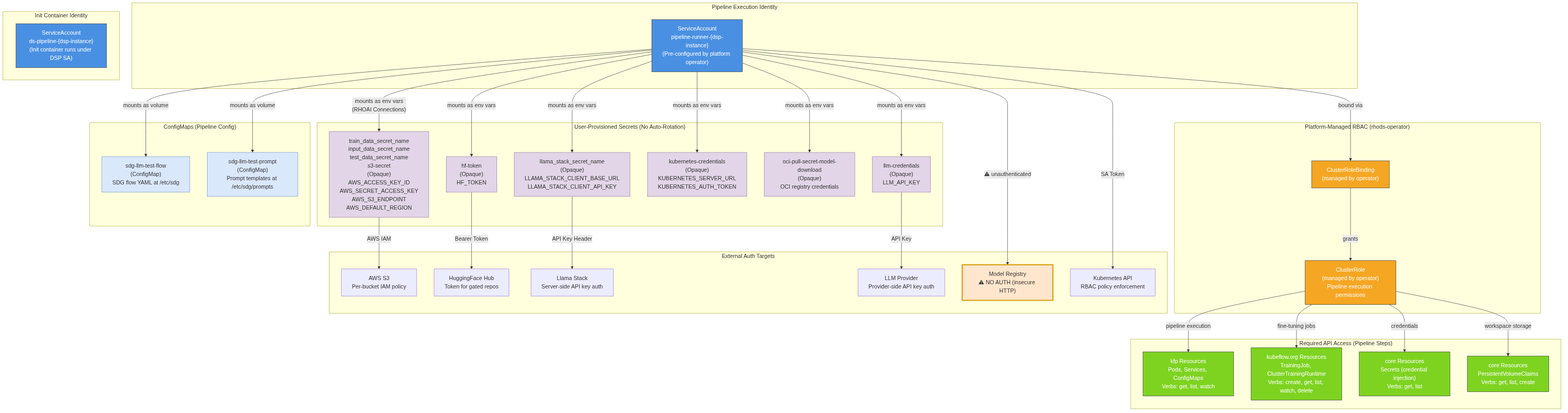
This is architecture/rhoai.next/diagrams/pipelines-components-rbac.png from rhuss/architecture-context, a Mermaid export, as it was before one commit. Its source is kept beside it as architecture/rhoai.next/diagrams/pipelines-components-rbac.mmd. The source it was exported from:
```mermaid
graph TD
    subgraph "Pipeline Execution Identity"
        SA_Runner["ServiceAccount<br/>pipeline-runner-{dsp-instance}<br/>(Pre-configured by platform operator)"]
    end

    subgraph "Init Container Identity"
        SA_Init["ServiceAccount<br/>ds-pipeline-{dsp-instance}<br/>(Init container runs under DSP SA)"]
    end

    subgraph "Platform-Managed RBAC (rhods-operator)"
        CR_Pipeline["ClusterRole<br/>(managed by operator)<br/>Pipeline execution permissions"]
        CRB_Pipeline["ClusterRoleBinding<br/>(managed by operator)"]
    end

    SA_Runner -->|"bound via"| CRB_Pipeline
    CRB_Pipeline -->|"grants"| CR_Pipeline

    subgraph "Required API Access (Pipeline Steps)"
        direction TB
        KFPResources["kfp Resources<br/>Pods, Services, ConfigMaps<br/>Verbs: get, list, watch"]
        TrainingResources["kubeflow.org Resources<br/>TrainingJob, ClusterTrainingRuntime<br/>Verbs: create, get, list, watch, delete"]
        SecretResources["core Resources<br/>Secrets (credential injection)<br/>Verbs: get, list"]
        PVCResources["core Resources<br/>PersistentVolumeClaims<br/>Verbs: get, list, create"]
    end

    CR_Pipeline -->|"pipeline execution"| KFPResources
    CR_Pipeline -->|"fine-tuning jobs"| TrainingResources
    CR_Pipeline -->|"credentials"| SecretResources
    CR_Pipeline -->|"workspace storage"| PVCResources

    subgraph "User-Provisioned Secrets (No Auto-Rotation)"
        direction TB
        S3Creds["train_data_secret_name<br/>input_data_secret_name<br/>test_data_secret_name<br/>s3-secret<br/>(Opaque)<br/>AWS_ACCESS_KEY_ID<br/>AWS_SECRET_ACCESS_KEY<br/>AWS_S3_ENDPOINT<br/>AWS_DEFAULT_REGION"]
        LlamaCreds["llama_stack_secret_name<br/>(Opaque)<br/>LLAMA_STACK_CLIENT_BASE_URL<br/>LLAMA_STACK_CLIENT_API_KEY"]
        HFCreds["hf-token<br/>(Opaque)<br/>HF_TOKEN"]
        K8sCreds["kubernetes-credentials<br/>(Opaque)<br/>KUBERNETES_SERVER_URL<br/>KUBERNETES_AUTH_TOKEN"]
        OCICreds["oci-pull-secret-model-download<br/>(Opaque)<br/>OCI registry credentials"]
        LLMCreds["llm-credentials<br/>(Opaque)<br/>LLM_API_KEY"]
    end

    SA_Runner -->|"mounts as env vars<br/>(RHOAI Connections)"| S3Creds
    SA_Runner -->|"mounts as env vars"| LlamaCreds
    SA_Runner -->|"mounts as env vars"| HFCreds
    SA_Runner -->|"mounts as env vars"| K8sCreds
    SA_Runner -->|"mounts as env vars"| OCICreds
    SA_Runner -->|"mounts as env vars"| LLMCreds

    subgraph "ConfigMaps (Pipeline Config)"
        SDGFlow["sdg-llm-test-flow<br/>(ConfigMap)<br/>SDG flow YAML at /etc/sdg"]
        SDGPrompt["sdg-llm-test-prompt<br/>(ConfigMap)<br/>Prompt templates at /etc/sdg/prompts"]
    end

    SA_Runner -->|"mounts as volume"| SDGFlow
    SA_Runner -->|"mounts as volume"| SDGPrompt

    subgraph "External Auth Targets"
        S3Auth["AWS S3<br/>Per-bucket IAM policy"]
        HFAuth["HuggingFace Hub<br/>Token for gated repos"]
        LlamaAuth["Llama Stack<br/>Server-side API key auth"]
        LLMAuth["LLM Provider<br/>Provider-side API key auth"]
        ModelRegAuth["Model Registry<br/>⚠ NO AUTH (insecure HTTP)"]
        K8sAuth["Kubernetes API<br/>RBAC policy enforcement"]
    end

    S3Creds -->|"AWS IAM"| S3Auth
    HFCreds -->|"Bearer Token"| HFAuth
    LlamaCreds -->|"API Key Header"| LlamaAuth
    LLMCreds -->|"API Key"| LLMAuth
    SA_Runner -->|"SA Token"| K8sAuth
    SA_Runner -->|"⚠ unauthenticated"| ModelRegAuth

    style SA_Runner fill:#4a90e2,stroke:#333,color:#fff
    style SA_Init fill:#4a90e2,stroke:#333,color:#fff
    style CR_Pipeline fill:#f5a623,stroke:#333,color:#fff
    style CRB_Pipeline fill:#f5a623,stroke:#333,color:#fff

    style KFPResources fill:#7ed321,stroke:#333,color:#fff
    style TrainingResources fill:#7ed321,stroke:#333,color:#fff
    style SecretResources fill:#7ed321,stroke:#333,color:#fff
    style PVCResources fill:#7ed321,stroke:#333,color:#fff

    style S3Creds fill:#e1d5e7,stroke:#9673a6
    style LlamaCreds fill:#e1d5e7,stroke:#9673a6
    style HFCreds fill:#e1d5e7,stroke:#9673a6
    style K8sCreds fill:#e1d5e7,stroke:#9673a6
    style OCICreds fill:#e1d5e7,stroke:#9673a6
    style LLMCreds fill:#e1d5e7,stroke:#9673a6

    style SDGFlow fill:#dae8fc,stroke:#6c8ebf
    style SDGPrompt fill:#dae8fc,stroke:#6c8ebf

    style ModelRegAuth fill:#ffe6cc,stroke:#d79b00,stroke-width:3px
```
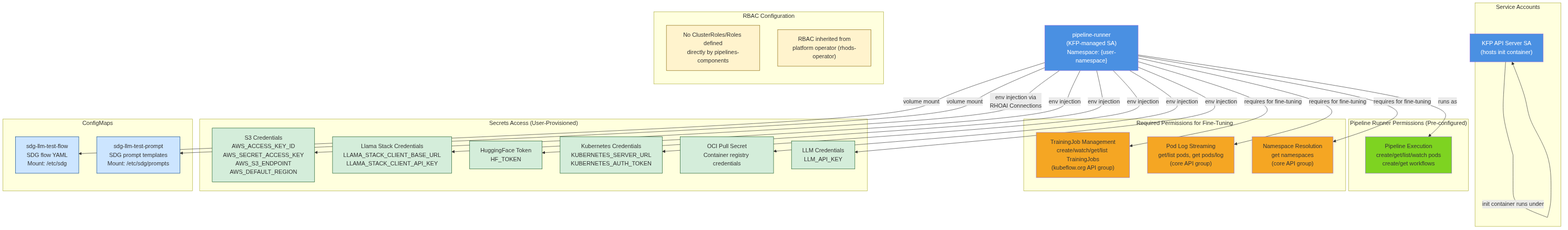
The same diagram one commit later.

Diff of the diagram source:
```diff
@@ -1,92 +1,68 @@
 graph TD
-    subgraph "Pipeline Execution Identity"
-        SA_Runner["ServiceAccount<br/>pipeline-runner-{dsp-instance}<br/>(Pre-configured by platform operator)"]
+    subgraph "Service Accounts"
+        PipelineRunner["pipeline-runner<br/>(KFP-managed SA)<br/>Namespace: {user-namespace}"]
+        KFPServerSA["KFP API Server SA<br/>(hosts init container)"]
     end
 
-    subgraph "Init Container Identity"
-        SA_Init["ServiceAccount<br/>ds-pipeline-{dsp-instance}<br/>(Init container runs under DSP SA)"]
+    subgraph "RBAC Configuration"
+        direction TB
+        Note1["No ClusterRoles/Roles defined<br/>directly by pipelines-components"]
+        Note2["RBAC inherited from<br/>platform operator (rhods-operator)"]
     end
 
-    subgraph "Platform-Managed RBAC (rhods-operator)"
-        CR_Pipeline["ClusterRole<br/>(managed by operator)<br/>Pipeline execution permissions"]
-        CRB_Pipeline["ClusterRoleBinding<br/>(managed by operator)"]
+    subgraph "Pipeline Runner Permissions (Pre-configured)"
+        PipelinePerm["Pipeline Execution<br/>create/get/list/watch pods<br/>create/get workflows"]
     end
 
-    SA_Runner -->|"bound via"| CRB_Pipeline
-    CRB_Pipeline -->|"grants"| CR_Pipeline
-
-    subgraph "Required API Access (Pipeline Steps)"
-        direction TB
-        KFPResources["kfp Resources<br/>Pods, Services, ConfigMaps<br/>Verbs: get, list, watch"]
-        TrainingResources["kubeflow.org Resources<br/>TrainingJob, ClusterTrainingRuntime<br/>Verbs: create, get, list, watch, delete"]
-        SecretResources["core Resources<br/>Secrets (credential injection)<br/>Verbs: get, list"]
-        PVCResources["core Resources<br/>PersistentVolumeClaims<br/>Verbs: get, list, create"]
+    subgraph "Required Permissions for Fine-Tuning"
+        TrainerPerm["TrainingJob Management<br/>create/watch/get/list TrainingJobs<br/>(kubeflow.org API group)"]
+        PodPerm["Pod Log Streaming<br/>get/list pods, get pods/log<br/>(core API group)"]
+        NSPerm["Namespace Resolution<br/>get namespaces<br/>(core API group)"]
     end
 
-    CR_Pipeline -->|"pipeline execution"| KFPResources
-    CR_Pipeline -->|"fine-tuning jobs"| TrainingResources
-    CR_Pipeline -->|"credentials"| SecretResources
-    CR_Pipeline -->|"workspace storage"| PVCResources
-
-    subgraph "User-Provisioned Secrets (No Auto-Rotation)"
-        direction TB
-        S3Creds["train_data_secret_name<br/>input_data_secret_name<br/>test_data_secret_name<br/>s3-secret<br/>(Opaque)<br/>AWS_ACCESS_KEY_ID<br/>AWS_SECRET_ACCESS_KEY<br/>AWS_S3_ENDPOINT<br/>AWS_DEFAULT_REGION"]
-        LlamaCreds["llama_stack_secret_name<br/>(Opaque)<br/>LLAMA_STACK_CLIENT_BASE_URL<br/>LLAMA_STACK_CLIENT_API_KEY"]
-        HFCreds["hf-token<br/>(Opaque)<br/>HF_TOKEN"]
-        K8sCreds["kubernetes-credentials<br/>(Opaque)<br/>KUBERNETES_SERVER_URL<br/>KUBERNETES_AUTH_TOKEN"]
-        OCICreds["oci-pull-secret-model-download<br/>(Opaque)<br/>OCI registry credentials"]
-        LLMCreds["llm-credentials<br/>(Opaque)<br/>LLM_API_KEY"]
+    subgraph "Secrets Access (User-Provisioned)"
+        S3Secret["S3 Credentials<br/>AWS_ACCESS_KEY_ID<br/>AWS_SECRET_ACCESS_KEY<br/>AWS_S3_ENDPOINT<br/>AWS_DEFAULT_REGION"]
+        LlamaSecret["Llama Stack Credentials<br/>LLAMA_STACK_CLIENT_BASE_URL<br/>LLAMA_STACK_CLIENT_API_KEY"]
+        HFSecret["HuggingFace Token<br/>HF_TOKEN"]
+        K8sSecret["Kubernetes Credentials<br/>KUBERNETES_SERVER_URL<br/>KUBERNETES_AUTH_TOKEN"]
+        OCISecret["OCI Pull Secret<br/>Container registry credentials"]
+        LLMSecret["LLM Credentials<br/>LLM_API_KEY"]
     end
 
-    SA_Runner -->|"mounts as env vars<br/>(RHOAI Connections)"| S3Creds
-    SA_Runner -->|"mounts as env vars"| LlamaCreds
-    SA_Runner -->|"mounts as env vars"| HFCreds
-    SA_Runner -->|"mounts as env vars"| K8sCreds
-    SA_Runner -->|"mounts as env vars"| OCICreds
-    SA_Runner -->|"mounts as env vars"| LLMCreds
-
-    subgraph "ConfigMaps (Pipeline Config)"
-        SDGFlow["sdg-llm-test-flow<br/>(ConfigMap)<br/>SDG flow YAML at /etc/sdg"]
-        SDGPrompt["sdg-llm-test-prompt<br/>(ConfigMap)<br/>Prompt templates at /etc/sdg/prompts"]
+    subgraph "ConfigMaps"
+        SDGFlow["sdg-llm-test-flow<br/>SDG flow YAML<br/>Mount: /etc/sdg"]
+        SDGPrompt["sdg-llm-test-prompt<br/>SDG prompt templates<br/>Mount: /etc/sdg/prompts"]
     end
 
-    SA_Runner -->|"mounts as volume"| SDGFlow
-    SA_Runner -->|"mounts as volume"| SDGPrompt
+    PipelineRunner -->|"runs as"| PipelinePerm
+    PipelineRunner -->|"requires for fine-tuning"| TrainerPerm
+    PipelineRunner -->|"requires for fine-tuning"| PodPerm
+    PipelineRunner -->|"requires for fine-tuning"| NSPerm
 
-    subgraph "External Auth Targets"
-        S3Auth["AWS S3<br/>Per-bucket IAM policy"]
-        HFAuth["HuggingFace Hub<br/>Token for gated repos"]
-        LlamaAuth["Llama Stack<br/>Server-side API key auth"]
-        LLMAuth["LLM Provider<br/>Provider-side API key auth"]
-        ModelRegAuth["Model Registry<br/>⚠ NO AUTH (insecure HTTP)"]
-        K8sAuth["Kubernetes API<br/>RBAC policy enforcement"]
-    end
+    KFPServerSA -->|"init container runs under"| KFPServerSA
 
-    S3Creds -->|"AWS IAM"| S3Auth
-    HFCreds -->|"Bearer Token"| HFAuth
-    LlamaCreds -->|"API Key Header"| LlamaAuth
-    LLMCreds -->|"API Key"| LLMAuth
-    SA_Runner -->|"SA Token"| K8sAuth
-    SA_Runner -->|"⚠ unauthenticated"| ModelRegAuth
+    PipelineRunner -->|"env injection via<br/>RHOAI Connections"| S3Secret
+    PipelineRunner -->|"env injection"| LlamaSecret
+    PipelineRunner -->|"env injection"| HFSecret
+    PipelineRunner -->|"env injection"| K8sSecret
+    PipelineRunner -->|"env injection"| OCISecret
+    PipelineRunner -->|"env injection"| LLMSecret
+    PipelineRunner -->|"volume mount"| SDGFlow
+    PipelineRunner -->|"volume mount"| SDGPrompt
 
-    style SA_Runner fill:#4a90e2,stroke:#333,color:#fff
-    style SA_Init fill:#4a90e2,stroke:#333,color:#fff
-    style CR_Pipeline fill:#f5a623,stroke:#333,color:#fff
-    style CRB_Pipeline fill:#f5a623,stroke:#333,color:#fff
-
-    style KFPResources fill:#7ed321,stroke:#333,color:#fff
-    style TrainingResources fill:#7ed321,stroke:#333,color:#fff
-    style SecretResources fill:#7ed321,stroke:#333,color:#fff
-    style PVCResources fill:#7ed321,stroke:#333,color:#fff
-
-    style S3Creds fill:#e1d5e7,stroke:#9673a6
-    style LlamaCreds fill:#e1d5e7,stroke:#9673a6
-    style HFCreds fill:#e1d5e7,stroke:#9673a6
-    style K8sCreds fill:#e1d5e7,stroke:#9673a6
-    style OCICreds fill:#e1d5e7,stroke:#9673a6
-    style LLMCreds fill:#e1d5e7,stroke:#9673a6
-
-    style SDGFlow fill:#dae8fc,stroke:#6c8ebf
-    style SDGPrompt fill:#dae8fc,stroke:#6c8ebf
-
-    style ModelRegAuth fill:#ffe6cc,stroke:#d79b00,stroke-width:3px
+    style PipelineRunner fill:#4a90e2,color:#fff
+    style KFPServerSA fill:#4a90e2,color:#fff
+    style Note1 fill:#fff3cd,stroke:#856404
+    style Note2 fill:#fff3cd,stroke:#856404
+    style PipelinePerm fill:#7ed321
+    style TrainerPerm fill:#f5a623
+    style PodPerm fill:#f5a623
+    style NSPerm fill:#f5a623
+    style S3Secret fill:#d4edda,stroke:#155724
+    style LlamaSecret fill:#d4edda,stroke:#155724
+    style HFSecret fill:#d4edda,stroke:#155724
+    style K8sSecret fill:#d4edda,stroke:#155724
+    style OCISecret fill:#d4edda,stroke:#155724
+    style LLMSecret fill:#d4edda,stroke:#155724
+    style SDGFlow fill:#cce5ff,stroke:#004085
+    style SDGPrompt fill:#cce5ff,stroke:#004085
```
